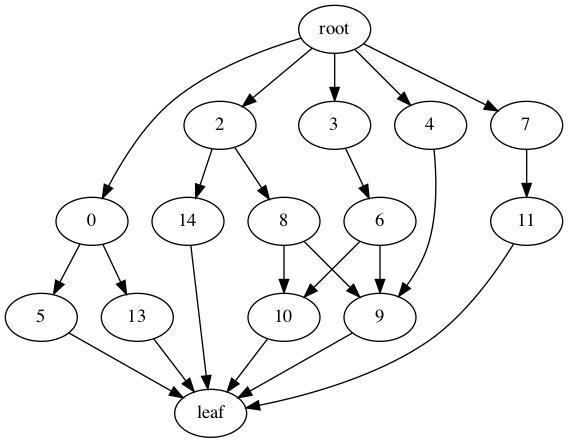
Before: 66666.dot.png, a diagram exported from Graphviz (sraskar/BalancePoint). Its source is kept beside it as 66666.dot. Source of this version:
```dot
strict digraph "" {
	0 -> 5	 [weight=15];
	0 -> 13	 [weight=18];
	5 -> leaf	 [weight=15];
	13 -> leaf	 [weight=15];
	2 -> 8	 [weight=17];
	2 -> 14	 [weight=19];
	8 -> 9	 [weight=7];
	8 -> 10	 [weight=6];
	14 -> leaf	 [weight=17];
	3 -> 6	 [weight=16];
	6 -> 9	 [weight=20];
	6 -> 10	 [weight=6];
	4 -> 9	 [weight=4];
	9 -> leaf	 [weight=15];
	10 -> leaf	 [weight=10];
	7 -> 11	 [weight=5];
	11 -> leaf	 [weight=3];
	root -> 0	 [weight=18];
	root -> 2	 [weight=2];
	root -> 3	 [weight=20];
	root -> 4	 [weight=13];
	root -> 7	 [weight=15];
}
```
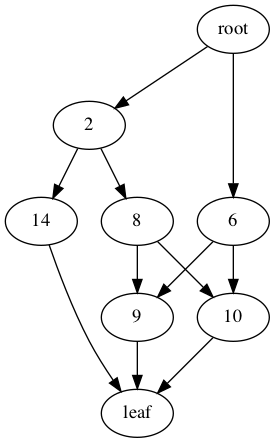
Later version of the same file.

Diff of the diagram source:
```diff
@@ -1,24 +1,13 @@
 strict digraph "" {
-	0 -> 5	 [weight=15];
-	0 -> 13	 [weight=18];
-	5 -> leaf	 [weight=15];
-	13 -> leaf	 [weight=15];
 	2 -> 8	 [weight=17];
 	2 -> 14	 [weight=19];
 	8 -> 9	 [weight=7];
 	8 -> 10	 [weight=6];
 	14 -> leaf	 [weight=17];
-	3 -> 6	 [weight=16];
 	6 -> 9	 [weight=20];
 	6 -> 10	 [weight=6];
-	4 -> 9	 [weight=4];
 	9 -> leaf	 [weight=15];
 	10 -> leaf	 [weight=10];
-	7 -> 11	 [weight=5];
-	11 -> leaf	 [weight=3];
-	root -> 0	 [weight=18];
 	root -> 2	 [weight=2];
-	root -> 3	 [weight=20];
-	root -> 4	 [weight=13];
-	root -> 7	 [weight=15];
+	root -> 6	 [weight=12];
 }
```
